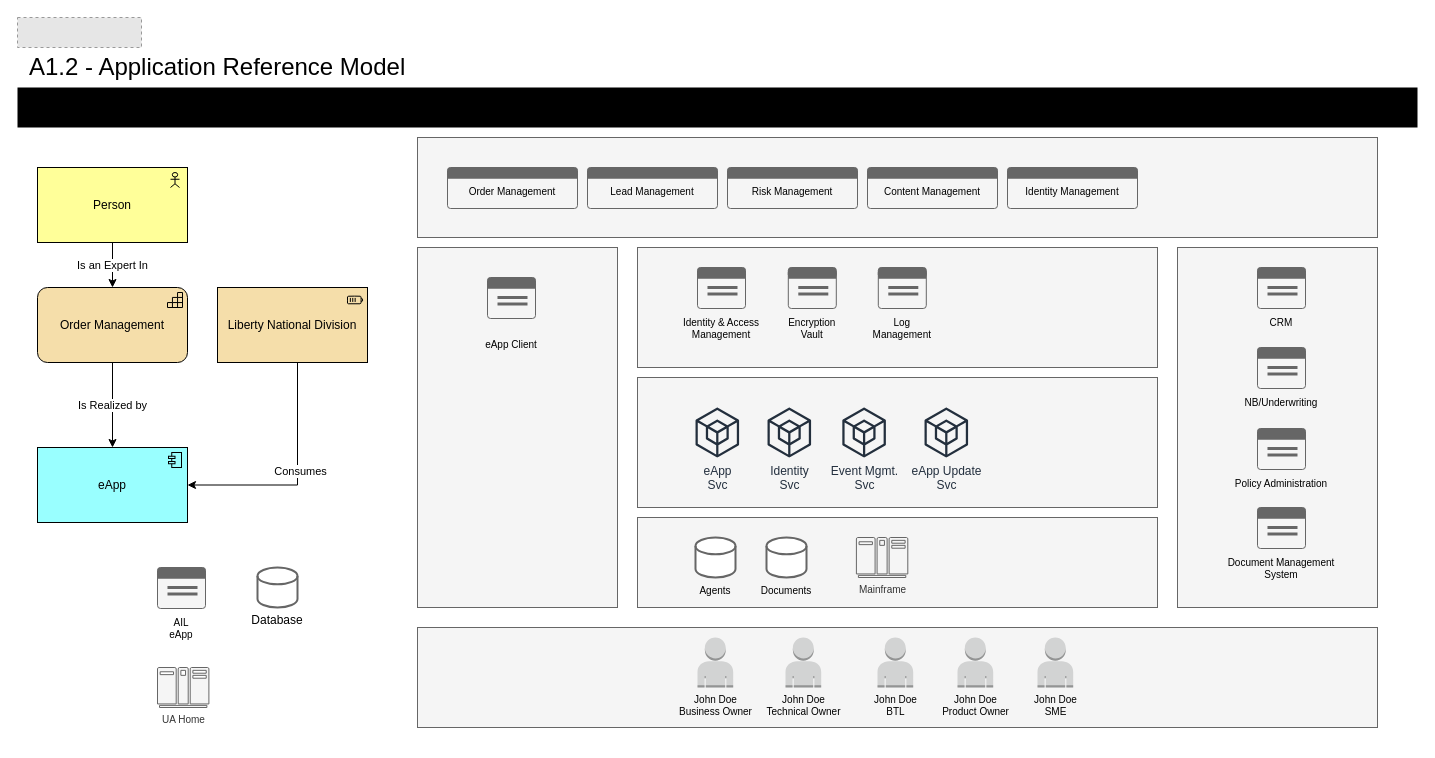
This is page "eApp" (5 of 11) of A1.2_ApplicationReferenceModel.drawio from darrellcbrown/architecture-diagrams, a draw.io file, before an edit. Source tidied: cells renumbered, new cells numbered last; positions are measured from the earlier drawing's top-left corner, leaving out a move shared by most shapes. Both pictures are drawn from the tidied source at 100%, with x=0, y=0 at pixel (17, 17). Pictures stored in the file or linked from it are replaced by grey dashed boxes.
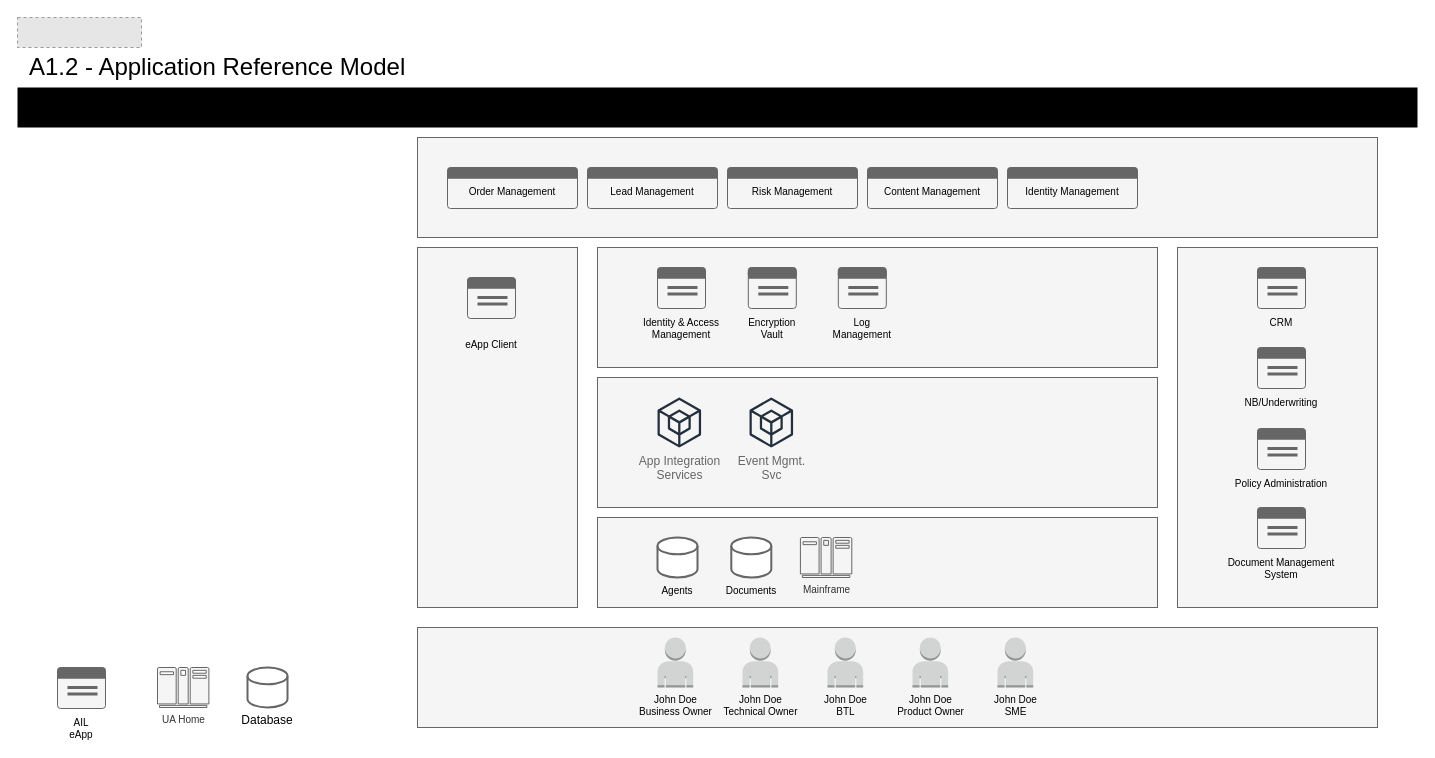
The same diagram, later.

The edit, as a diff of the source:
```diff
@@
+    <mxCell id="109" style="rounded=0;whiteSpace=wrap;html=1;fillColor=#f5f5f5;fontColor=#333333;strokeColor=#666666;verticalAlign=top;" parent="1" vertex="1">
+      <mxGeometry x="400" y="230" width="160" height="360" as="geometry" />
+    </mxCell>
+    <mxCell id="110" style="rounded=0;whiteSpace=wrap;html=1;fillColor=#f5f5f5;fontColor=#333333;strokeColor=#666666;" parent="1" vertex="1">
+      <mxGeometry x="580" y="230" width="560" height="120" as="geometry" />
+    </mxCell>
+    <mxCell id="15" style="rounded=0;whiteSpace=wrap;html=1;fillColor=#f5f5f5;fontColor=#333333;strokeColor=#666666;" parent="1" vertex="1">
+      <mxGeometry x="1160" y="230" width="200" height="360" as="geometry" />
+    </mxCell>
+    <mxCell id="111" style="rounded=0;whiteSpace=wrap;html=1;fillColor=#f5f5f5;fontColor=#333333;strokeColor=#666666;" parent="1" vertex="1">
+      <mxGeometry x="580" y="360" width="560" height="130" as="geometry" />
+    </mxCell>
+    <mxCell id="112" style="rounded=0;whiteSpace=wrap;html=1;fillColor=#f5f5f5;fontColor=#333333;strokeColor=#666666;" parent="1" vertex="1">
+      <mxGeometry x="580" y="500" width="560" height="90" as="geometry" />
+    </mxCell>
+    <mxCell id="82" style="rounded=0;whiteSpace=wrap;html=1;fillColor=#f5f5f5;fontColor=#333333;strokeColor=#666666;" parent="1" vertex="1">
+      <mxGeometry x="400" y="120" width="960" height="100" as="geometry" />
+    </mxCell>
+    <mxCell id="103" style="rounded=0;whiteSpace=wrap;html=1;fillColor=#f5f5f5;fontColor=#333333;strokeColor=#666666;" parent="1" vertex="1">
+      <mxGeometry x="400" y="610" width="960" height="100" as="geometry" />
+    </mxCell>
@@
-    <mxCell id="6" value="Is an Expert In" style="edgeStyle=orthogonalEdgeStyle;rounded=0;jettySize=auto;html=1;" parent="5" edge="1" source="7" target="8">
-      <mxGeometry relative="1" as="geometry" />
-    </mxCell>
-    <mxCell id="7" value="Person" style="html=1;outlineConnect=0;whiteSpace=wrap;fillColor=#ffff99;shape=mxgraph.archimate3.application;appType=actor;archiType=square;" parent="5" vertex="1">
-      <mxGeometry x="20" y="150" width="150" height="75" as="geometry" />
-    </mxCell>
-    <mxCell id="8" value="Order Management" style="html=1;outlineConnect=0;whiteSpace=wrap;fillColor=#F5DEAA;shape=mxgraph.archimate3.application;appType=capability;archiType=rounded;" parent="5" vertex="1">
-      <mxGeometry x="20" y="270" width="150" height="75" as="geometry" />
-    </mxCell>
-    <mxCell id="9" value="eApp" style="html=1;outlineConnect=0;whiteSpace=wrap;fillColor=#99ffff;shape=mxgraph.archimate3.application;appType=comp;archiType=square;" parent="5" vertex="1">
-      <mxGeometry x="20" y="430" width="150" height="75" as="geometry" />
-    </mxCell>
-    <mxCell id="10" value="Is Realized by" style="edgeStyle=orthogonalEdgeStyle;rounded=0;jettySize=auto;html=1;entryX=0.5;entryY=0;entryDx=0;entryDy=0;entryPerimeter=0;" parent="5" edge="1" source="8" target="9">
-      <mxGeometry relative="1" as="geometry" />
-    </mxCell>
-    <mxCell id="11" value="Liberty National Division" style="html=1;outlineConnect=0;whiteSpace=wrap;fillColor=#F5DEAA;shape=mxgraph.archimate3.application;appType=resource;archiType=square;" parent="5" vertex="1">
-      <mxGeometry x="200" y="270" width="150" height="75" as="geometry" />
-    </mxCell>
-    <mxCell id="12" value="Consumes" style="edgeStyle=orthogonalEdgeStyle;rounded=0;jettySize=auto;html=1;entryX=1;entryY=0.5;entryDx=0;entryDy=0;entryPerimeter=0;" parent="5" edge="1" source="11" target="9">
-      <mxGeometry x="-0.06" y="3" relative="1" as="geometry">
-        <Array as="points">
-          <mxPoint x="280" y="468" />
-        </Array>
-      </mxGeometry>
-    </mxCell>
-    <mxCell id="13" style="rounded=0;whiteSpace=wrap;html=1;fillColor=#f5f5f5;fontColor=#333333;strokeColor=#666666;verticalAlign=top;" parent="5" vertex="1">
-      <mxGeometry x="400" y="230" width="200" height="360" as="geometry" />
-    </mxCell>
-    <mxCell id="14" style="rounded=0;whiteSpace=wrap;html=1;fillColor=#f5f5f5;fontColor=#333333;strokeColor=#666666;" parent="5" vertex="1">
-      <mxGeometry x="620" y="230" width="520" height="120" as="geometry" />
-    </mxCell>
-    <mxCell id="15" style="rounded=0;whiteSpace=wrap;html=1;fillColor=#f5f5f5;fontColor=#333333;strokeColor=#666666;" parent="5" vertex="1">
-      <mxGeometry x="1160" y="230" width="200" height="360" as="geometry" />
-    </mxCell>
-    <mxCell id="16" style="rounded=0;whiteSpace=wrap;html=1;fillColor=#f5f5f5;fontColor=#333333;strokeColor=#666666;" parent="5" vertex="1">
-      <mxGeometry x="620" y="360" width="520" height="130" as="geometry" />
-    </mxCell>
-    <mxCell id="17" style="rounded=0;whiteSpace=wrap;html=1;fillColor=#f5f5f5;fontColor=#333333;strokeColor=#666666;" parent="5" vertex="1">
-      <mxGeometry x="620" y="500" width="520" height="90" as="geometry" />
-    </mxCell>
+    <mxCell id="79" value="Event Mgmt.&lt;br&gt;Svc" style="sketch=0;fontColor=#666666;gradientColor=none;fillColor=#232F3D;strokeColor=none;dashed=0;verticalLabelPosition=bottom;verticalAlign=top;align=center;html=1;fontSize=12;fontStyle=0;shape=mxgraph.aws4.external_sdk;" parent="5" vertex="1">
+      <mxGeometry x="732" y="380" width="43.6" height="50" as="geometry" />
+    </mxCell>
@@
     <mxCell id="19" value="eApp Client" style="group;verticalAlign=bottom;spacingBottom=-35;fontSize=10;" parent="18" vertex="1">
-      <mxGeometry x="470" y="260" width="48" height="41" as="geometry" />
+      <mxGeometry x="450" y="260" width="48" height="41" as="geometry" />
     </mxCell>
@@
     <mxCell id="25" value="Agents" style="shape=cylinder3;whiteSpace=wrap;html=1;boundedLbl=1;backgroundOutline=1;size=8.41379310344837;strokeWidth=2;strokeColor=#666666;verticalAlign=bottom;spacingBottom=-25;fontSize=10;" parent="18" vertex="1">
-      <mxGeometry x="678" y="520" width="40" height="40" as="geometry" />
+      <mxGeometry x="640" y="520" width="40" height="40" as="geometry" />
     </mxCell>
     <mxCell id="26" value="AIL&#10;eApp" style="group;verticalAlign=bottom;spacingBottom=-35;fontSize=10;" parent="18" vertex="1">
-      <mxGeometry x="140" y="550" width="48" height="41" as="geometry" />
+      <mxGeometry x="40" y="650" width="48" height="41" as="geometry" />
     </mxCell>
@@
     <mxCell id="32" value="Database" style="shape=cylinder3;whiteSpace=wrap;html=1;boundedLbl=1;backgroundOutline=1;size=8.41379310344837;strokeWidth=2;strokeColor=#666666;verticalAlign=bottom;spacingBottom=-25;" parent="18" vertex="1">
-      <mxGeometry x="240" y="550" width="40" height="40" as="geometry" />
+      <mxGeometry x="230" y="650" width="40" height="40" as="geometry" />
     </mxCell>
@@
     <mxCell id="34" value="Mainframe" style="sketch=0;shadow=0;dashed=0;html=1;strokeColor=#666666;fillColor=#f5f5f5;labelPosition=center;verticalLabelPosition=bottom;verticalAlign=top;align=center;shape=mxgraph.office.servers.mainframe;fontColor=#333333;fontSize=10;spacingBottom=0;spacingRight=0;" parent="18" vertex="1">
-      <mxGeometry x="838.9" y="520" width="51.4" height="40" as="geometry" />
+      <mxGeometry x="782.9" y="520" width="51.4" height="40" as="geometry" />
     </mxCell>
-    <mxCell id="35" value="eApp&lt;br&gt;Svc" style="sketch=0;fontColor=#232F3E;gradientColor=none;fillColor=#232F3D;strokeColor=none;dashed=0;verticalLabelPosition=bottom;verticalAlign=top;align=center;html=1;fontSize=12;fontStyle=0;shape=mxgraph.aws4.external_sdk;" parent="18" vertex="1">
-      <mxGeometry x="678" y="390" width="43.6" height="50" as="geometry" />
+    <mxCell id="35" value="App Integration&lt;div&gt;Services&lt;/div&gt;" style="sketch=0;fontColor=#666666;gradientColor=none;fillColor=#232F3D;strokeColor=none;dashed=0;verticalLabelPosition=bottom;verticalAlign=top;align=center;html=1;fontSize=12;fontStyle=0;shape=mxgraph.aws4.external_sdk;" parent="18" vertex="1">
+      <mxGeometry x="640" y="380" width="43.6" height="50" as="geometry" />
     </mxCell>
@@
-    <mxCell id="60" value="Identity&lt;br&gt;Svc" style="sketch=0;fontColor=#232F3E;gradientColor=none;fillColor=#232F3D;strokeColor=none;dashed=0;verticalLabelPosition=bottom;verticalAlign=top;align=center;html=1;fontSize=12;fontStyle=0;shape=mxgraph.aws4.external_sdk;" parent="18" vertex="1">
-      <mxGeometry x="750" y="390" width="43.6" height="50" as="geometry" />
-    </mxCell>
     <mxCell id="61" value="Identity &amp; Access&#10;Management" style="group;verticalAlign=bottom;spacingBottom=-35;fontSize=10;" parent="18" vertex="1">
-      <mxGeometry x="680" y="250" width="48" height="41" as="geometry" />
+      <mxGeometry x="640" y="250" width="48" height="41" as="geometry" />
     </mxCell>
@@
     <mxCell id="67" value="Encryption&#10;Vault" style="group;verticalAlign=bottom;spacingBottom=-35;fontSize=10;" parent="18" vertex="1">
-      <mxGeometry x="770.8" y="250" width="48" height="41" as="geometry" />
+      <mxGeometry x="730.8" y="250" width="48" height="41" as="geometry" />
     </mxCell>
@@
     <mxCell id="73" value="Log&#10;Management" style="group;verticalAlign=bottom;spacingBottom=-35;fontSize=10;" parent="18" vertex="1">
-      <mxGeometry x="860.8" y="250" width="48" height="41" as="geometry" />
+      <mxGeometry x="820.8" y="250" width="48" height="41" as="geometry" />
     </mxCell>
-    <mxCell id="74" style="rounded=1;whiteSpace=wrap;html=1;fillColor=#f5f5f5;fontColor=#333333;strokeColor=#666666;arcSize=8;" parent="73" vertex="1">
+    <mxCell id="74" style="rounded=1;whiteSpace=wrap;html=1;fillColor=none;fontColor=#333333;strokeColor=#666666;arcSize=8;" parent="73" vertex="1">
       <mxGeometry y="2" width="48" height="39" as="geometry" />
     </mxCell>
@@
-    <mxCell id="79" value="Event Mgmt.&lt;br&gt;Svc" style="sketch=0;fontColor=#232F3E;gradientColor=none;fillColor=#232F3D;strokeColor=none;dashed=0;verticalLabelPosition=bottom;verticalAlign=top;align=center;html=1;fontSize=12;fontStyle=0;shape=mxgraph.aws4.external_sdk;" parent="18" vertex="1">
-      <mxGeometry x="824.8" y="390" width="43.6" height="50" as="geometry" />
-    </mxCell>
-    <mxCell id="80" value="eApp Update&lt;br&gt;Svc" style="sketch=0;fontColor=#232F3E;gradientColor=none;fillColor=#232F3D;strokeColor=none;dashed=0;verticalLabelPosition=bottom;verticalAlign=top;align=center;html=1;fontSize=12;fontStyle=0;shape=mxgraph.aws4.external_sdk;" parent="18" vertex="1">
-      <mxGeometry x="907" y="390" width="43.6" height="50" as="geometry" />
-    </mxCell>
     <mxCell id="81" value="Documents" style="shape=cylinder3;whiteSpace=wrap;html=1;boundedLbl=1;backgroundOutline=1;size=8.41379310344837;strokeWidth=2;strokeColor=#666666;verticalAlign=bottom;spacingBottom=-25;fontSize=10;" parent="18" vertex="1">
-      <mxGeometry x="749" y="520" width="40" height="40" as="geometry" />
+      <mxGeometry x="713.8" y="520" width="40" height="40" as="geometry" />
     </mxCell>
-    <mxCell id="82" style="rounded=0;whiteSpace=wrap;html=1;fillColor=#f5f5f5;fontColor=#333333;strokeColor=#666666;" parent="18" vertex="1">
-      <mxGeometry x="400" y="120" width="960" height="100" as="geometry" />
-    </mxCell>
@@
-    <mxCell id="103" style="rounded=0;whiteSpace=wrap;html=1;fillColor=#f5f5f5;fontColor=#333333;strokeColor=#666666;" parent="18" vertex="1">
-      <mxGeometry x="400" y="610" width="960" height="100" as="geometry" />
-    </mxCell>
     <mxCell id="104" value="John Doe&lt;br style=&quot;font-size: 10px;&quot;&gt;Business Owner" style="dashed=0;verticalLabelPosition=bottom;verticalAlign=top;align=center;html=1;shape=mxgraph.aws3.user;fillColor=#D2D3D3;gradientColor=none;fontSize=10;" parent="18" vertex="1">
-      <mxGeometry x="680" y="620" width="35.7" height="50" as="geometry" />
+      <mxGeometry x="640" y="620" width="35.7" height="50" as="geometry" />
     </mxCell>
     <mxCell id="105" value="John Doe&lt;div&gt;Technical Owner&lt;/div&gt;" style="dashed=0;verticalLabelPosition=bottom;verticalAlign=top;align=center;html=1;shape=mxgraph.aws3.user;fillColor=#D2D3D3;gradientColor=none;fontSize=10;" parent="18" vertex="1">
-      <mxGeometry x="768" y="620" width="35.7" height="50" as="geometry" />
+      <mxGeometry x="725" y="620" width="35.7" height="50" as="geometry" />
     </mxCell>
     <mxCell id="106" value="John Doe&lt;br&gt;BTL" style="dashed=0;verticalLabelPosition=bottom;verticalAlign=top;align=center;html=1;shape=mxgraph.aws3.user;fillColor=#D2D3D3;gradientColor=none;fontSize=10;" parent="18" vertex="1">
-      <mxGeometry x="860" y="620" width="35.7" height="50" as="geometry" />
+      <mxGeometry x="810" y="620" width="35.7" height="50" as="geometry" />
     </mxCell>
     <mxCell id="107" value="John Doe&lt;div&gt;Product Owner&lt;/div&gt;" style="dashed=0;verticalLabelPosition=bottom;verticalAlign=top;align=center;html=1;shape=mxgraph.aws3.user;fillColor=#D2D3D3;gradientColor=none;fontSize=10;" parent="18" vertex="1">
-      <mxGeometry x="940" y="620" width="35.7" height="50" as="geometry" />
+      <mxGeometry x="895" y="620" width="35.7" height="50" as="geometry" />
     </mxCell>
     <mxCell id="108" value="John Doe&lt;div&gt;SME&lt;/div&gt;" style="dashed=0;verticalLabelPosition=bottom;verticalAlign=top;align=center;html=1;shape=mxgraph.aws3.user;fillColor=#D2D3D3;gradientColor=none;fontSize=10;" parent="18" vertex="1">
-      <mxGeometry x="1020" y="620" width="35.7" height="50" as="geometry" />
+      <mxGeometry x="980" y="620" width="35.7" height="50" as="geometry" />
     </mxCell>
```
